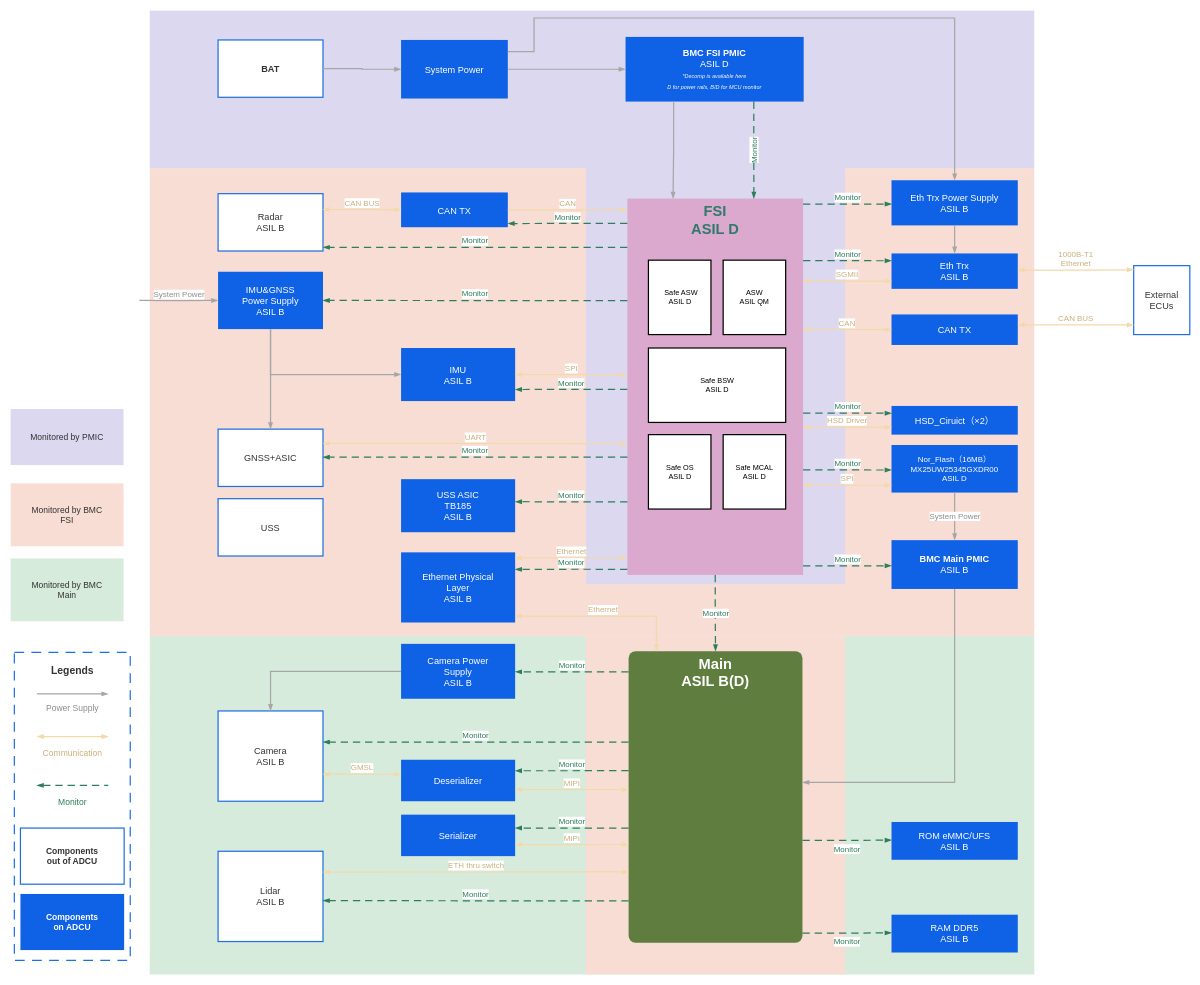
Before: BMC_COB_SystemArch.drawio in pokowee/tinyrenderer_fork, a draw.io diagram. Source tidied: cells renumbered, new cells numbered last; positions are measured from the earlier drawing's top-left corner, leaving out a move shared by most shapes. Both pictures are drawn from the tidied source at 61%, with x=0, y=0 at pixel (10, 10).
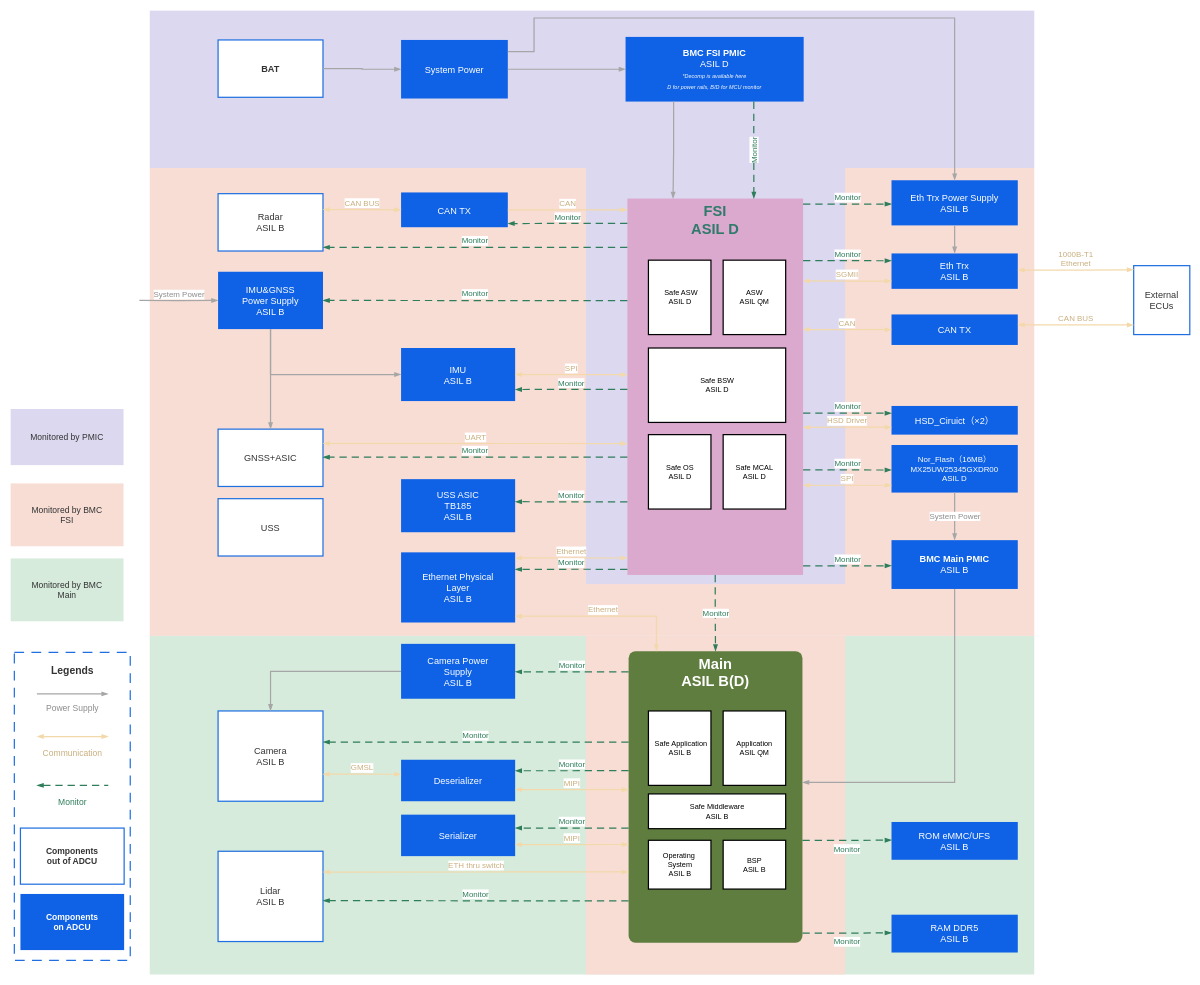
Above is the later version.

What changed in the source:
```diff
@@
+    <mxCell id="100" value="&lt;span style=&quot;font-weight: normal;&quot;&gt;&amp;nbsp;Safe Application&lt;br&gt;ASIL B&lt;/span&gt;" style="rounded=0;whiteSpace=wrap;html=1;fontStyle=1;strokeWidth=2;" parent="1" vertex="1">
+      <mxGeometry x="1045.5" y="1148" width="102.5" height="122" as="geometry" />
+    </mxCell>
+    <mxCell id="101" value="&lt;span style=&quot;font-weight: 400;&quot;&gt;Application&lt;br&gt;ASIL QM&lt;/span&gt;" style="rounded=0;whiteSpace=wrap;html=1;fontStyle=1;strokeWidth=2;" parent="1" vertex="1">
+      <mxGeometry x="1168" y="1148" width="102.5" height="122" as="geometry" />
+    </mxCell>
+    <mxCell id="102" value="&lt;span style=&quot;font-weight: 400;&quot;&gt;Safe Middleware&lt;br&gt;ASIL B&lt;/span&gt;" style="rounded=0;whiteSpace=wrap;html=1;fontStyle=1;strokeWidth=2;" parent="1" vertex="1">
+      <mxGeometry x="1045.5" y="1284" width="225" height="57" as="geometry" />
+    </mxCell>
+    <mxCell id="103" value="&lt;span style=&quot;font-weight: 400;&quot;&gt;Operating&amp;nbsp;&lt;/span&gt;&lt;div&gt;&lt;span style=&quot;font-weight: 400;&quot;&gt;System&lt;br&gt;ASIL B&lt;/span&gt;&lt;/div&gt;" style="rounded=0;whiteSpace=wrap;html=1;fontStyle=1;strokeWidth=2;" parent="1" vertex="1">
+      <mxGeometry x="1045.5" y="1360" width="102.5" height="80" as="geometry" />
+    </mxCell>
+    <mxCell id="104" value="&lt;span style=&quot;font-weight: 400;&quot;&gt;BSP&lt;/span&gt;&lt;div&gt;&lt;span style=&quot;font-weight: 400;&quot;&gt;ASIL B&lt;/span&gt;&lt;/div&gt;" style="rounded=0;whiteSpace=wrap;html=1;fontStyle=1;strokeWidth=2;" parent="1" vertex="1">
+      <mxGeometry x="1168" y="1360" width="102.5" height="80" as="geometry" />
+    </mxCell>
```
